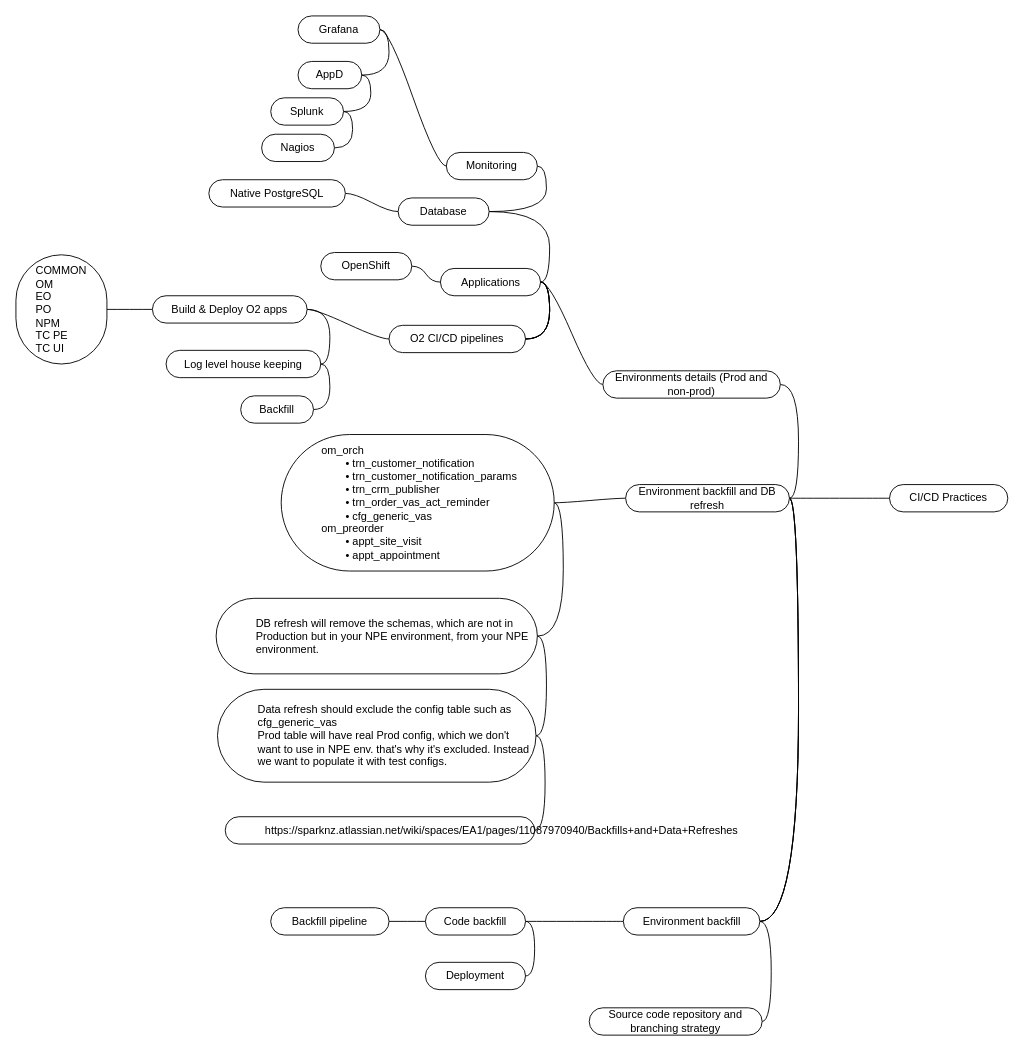
Above: page "Page-2" (2 of 2) of sparknz_branches.drawio in huangdgm/drawio (draw.io), before the change. Source tidied: cells renumbered, new cells numbered last; positions are measured from the earlier drawing's top-left corner, leaving out a move shared by most shapes. Both pictures are drawn from the tidied source at 91%, with x=0, y=0 at pixel (15, 15).
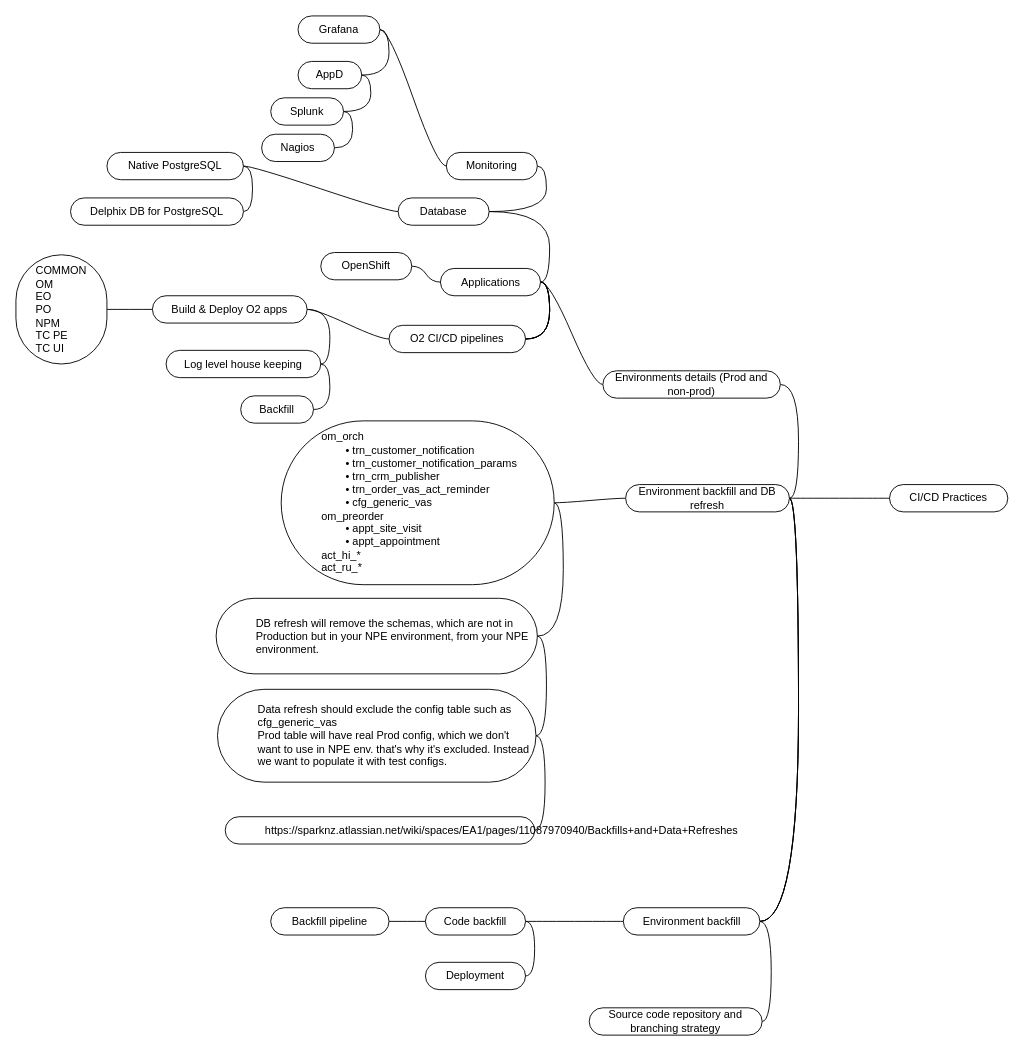
After the change.

Change to the diagram source:
```diff
@@
-    <mxCell id="32" value="&lt;blockquote style=&quot;margin: 0 0 0 40px; border: none; padding: 0px;&quot;&gt;&lt;div&gt;om_orch&lt;/div&gt;&lt;div&gt;&lt;span style=&quot;white-space: normal;&quot;&gt;&lt;span style=&quot;white-space:pre&quot;&gt;&#9;&lt;/span&gt;• trn_customer_notification&lt;/span&gt;&lt;/div&gt;&lt;div&gt;&lt;span style=&quot;white-space: normal;&quot;&gt;&lt;span style=&quot;white-space:pre&quot;&gt;&#9;&lt;/span&gt;• trn_customer_notification_params&lt;/span&gt;&lt;/div&gt;&lt;div&gt;&lt;span style=&quot;white-space: normal;&quot;&gt;&lt;span style=&quot;white-space:pre&quot;&gt;&#9;&lt;/span&gt;• trn_crm_publisher&lt;/span&gt;&lt;/div&gt;&lt;div&gt;&lt;span style=&quot;white-space: normal;&quot;&gt;&lt;span style=&quot;white-space:pre&quot;&gt;&#9;&lt;/span&gt;• trn_order_vas_act_reminder&lt;/span&gt;&lt;/div&gt;&lt;span style=&quot;white-space: pre;&quot;&gt;&#9;&lt;/span&gt;• cfg_generic_vas&lt;div&gt;om_preorder&lt;/div&gt;&lt;div&gt;&lt;span style=&quot;white-space: normal;&quot;&gt;&lt;span style=&quot;white-space:pre&quot;&gt;&#9;&lt;/span&gt;• appt_site_visit&lt;/span&gt;&lt;/div&gt;&lt;div&gt;&lt;span style=&quot;white-space: pre;&quot;&gt;&#9;&lt;/span&gt;• appt_appointment&lt;/div&gt;&lt;/blockquote&gt;" style="whiteSpace=wrap;html=1;rounded=1;arcSize=50;align=left;verticalAlign=middle;strokeWidth=1;spacing=4;newEdgeStyle={&quot;edgeStyle&quot;:&quot;entityRelationEdgeStyle&quot;,&quot;startArrow&quot;:&quot;none&quot;,&quot;endArrow&quot;:&quot;none&quot;,&quot;segment&quot;:10,&quot;curved&quot;:1,&quot;sourcePerimeterSpacing&quot;:0,&quot;targetPerimeterSpacing&quot;:0};" parent="1" vertex="1">
-      <mxGeometry x="291.5" y="460" width="300" height="150" as="geometry" />
+    <mxCell id="32" value="&lt;blockquote style=&quot;margin: 0 0 0 40px; border: none; padding: 0px;&quot;&gt;&lt;div&gt;om_orch&lt;/div&gt;&lt;div&gt;&lt;span style=&quot;white-space: normal;&quot;&gt;&lt;span style=&quot;white-space:pre&quot;&gt;&#9;&lt;/span&gt;• trn_customer_notification&lt;/span&gt;&lt;/div&gt;&lt;div&gt;&lt;span style=&quot;white-space: normal;&quot;&gt;&lt;span style=&quot;white-space:pre&quot;&gt;&#9;&lt;/span&gt;• trn_customer_notification_params&lt;/span&gt;&lt;/div&gt;&lt;div&gt;&lt;span style=&quot;white-space: normal;&quot;&gt;&lt;span style=&quot;white-space:pre&quot;&gt;&#9;&lt;/span&gt;• trn_crm_publisher&lt;/span&gt;&lt;/div&gt;&lt;div&gt;&lt;span style=&quot;white-space: normal;&quot;&gt;&lt;span style=&quot;white-space:pre&quot;&gt;&#9;&lt;/span&gt;• trn_order_vas_act_reminder&lt;/span&gt;&lt;/div&gt;&lt;span style=&quot;white-space: pre;&quot;&gt;&#9;&lt;/span&gt;• cfg_generic_vas&lt;div&gt;om_preorder&lt;/div&gt;&lt;div&gt;&lt;span style=&quot;white-space: normal;&quot;&gt;&lt;span style=&quot;white-space:pre&quot;&gt;&#9;&lt;/span&gt;• appt_site_visit&lt;/span&gt;&lt;/div&gt;&lt;div&gt;&lt;span style=&quot;white-space: pre;&quot;&gt;&#9;&lt;/span&gt;• appt_appointment&lt;/div&gt;&lt;div&gt;act_hi_*&lt;/div&gt;&lt;div&gt;act_ru_*&lt;/div&gt;&lt;/blockquote&gt;" style="whiteSpace=wrap;html=1;rounded=1;arcSize=50;align=left;verticalAlign=middle;strokeWidth=1;spacing=4;newEdgeStyle={&quot;edgeStyle&quot;:&quot;entityRelationEdgeStyle&quot;,&quot;startArrow&quot;:&quot;none&quot;,&quot;endArrow&quot;:&quot;none&quot;,&quot;segment&quot;:10,&quot;curved&quot;:1,&quot;sourcePerimeterSpacing&quot;:0,&quot;targetPerimeterSpacing&quot;:0};" parent="1" vertex="1">
+      <mxGeometry x="291.5" y="445" width="300" height="180" as="geometry" />
     </mxCell>
@@
+    <mxCell id="58" style="edgeStyle=entityRelationEdgeStyle;rounded=0;jettySize=auto;html=1;startArrow=none;endArrow=none;segment=10;curved=1;sourcePerimeterSpacing=0;targetPerimeterSpacing=0;" parent="1" edge="1" source="57" target="59">
+      <mxGeometry relative="1" as="geometry" />
+    </mxCell>
     <mxCell id="57" value="Native PostgreSQL" style="whiteSpace=wrap;html=1;rounded=1;arcSize=50;align=center;verticalAlign=middle;strokeWidth=1;spacing=4;newEdgeStyle={&quot;edgeStyle&quot;:&quot;entityRelationEdgeStyle&quot;,&quot;startArrow&quot;:&quot;none&quot;,&quot;endArrow&quot;:&quot;none&quot;,&quot;segment&quot;:10,&quot;curved&quot;:1,&quot;sourcePerimeterSpacing&quot;:0,&quot;targetPerimeterSpacing&quot;:0};" parent="1" vertex="1">
-      <mxGeometry x="212" y="180" width="150" height="30" as="geometry" />
+      <mxGeometry x="100" y="150" width="150" height="30" as="geometry" />
     </mxCell>
+    <mxCell id="59" value="Delphix DB for PostgreSQL" style="whiteSpace=wrap;html=1;rounded=1;arcSize=50;align=center;verticalAlign=middle;strokeWidth=1;spacing=4;newEdgeStyle={&quot;edgeStyle&quot;:&quot;entityRelationEdgeStyle&quot;,&quot;startArrow&quot;:&quot;none&quot;,&quot;endArrow&quot;:&quot;none&quot;,&quot;segment&quot;:10,&quot;curved&quot;:1,&quot;sourcePerimeterSpacing&quot;:0,&quot;targetPerimeterSpacing&quot;:0};" parent="1" vertex="1">
+      <mxGeometry x="60" y="200" width="190" height="30" as="geometry" />
+    </mxCell>
```
